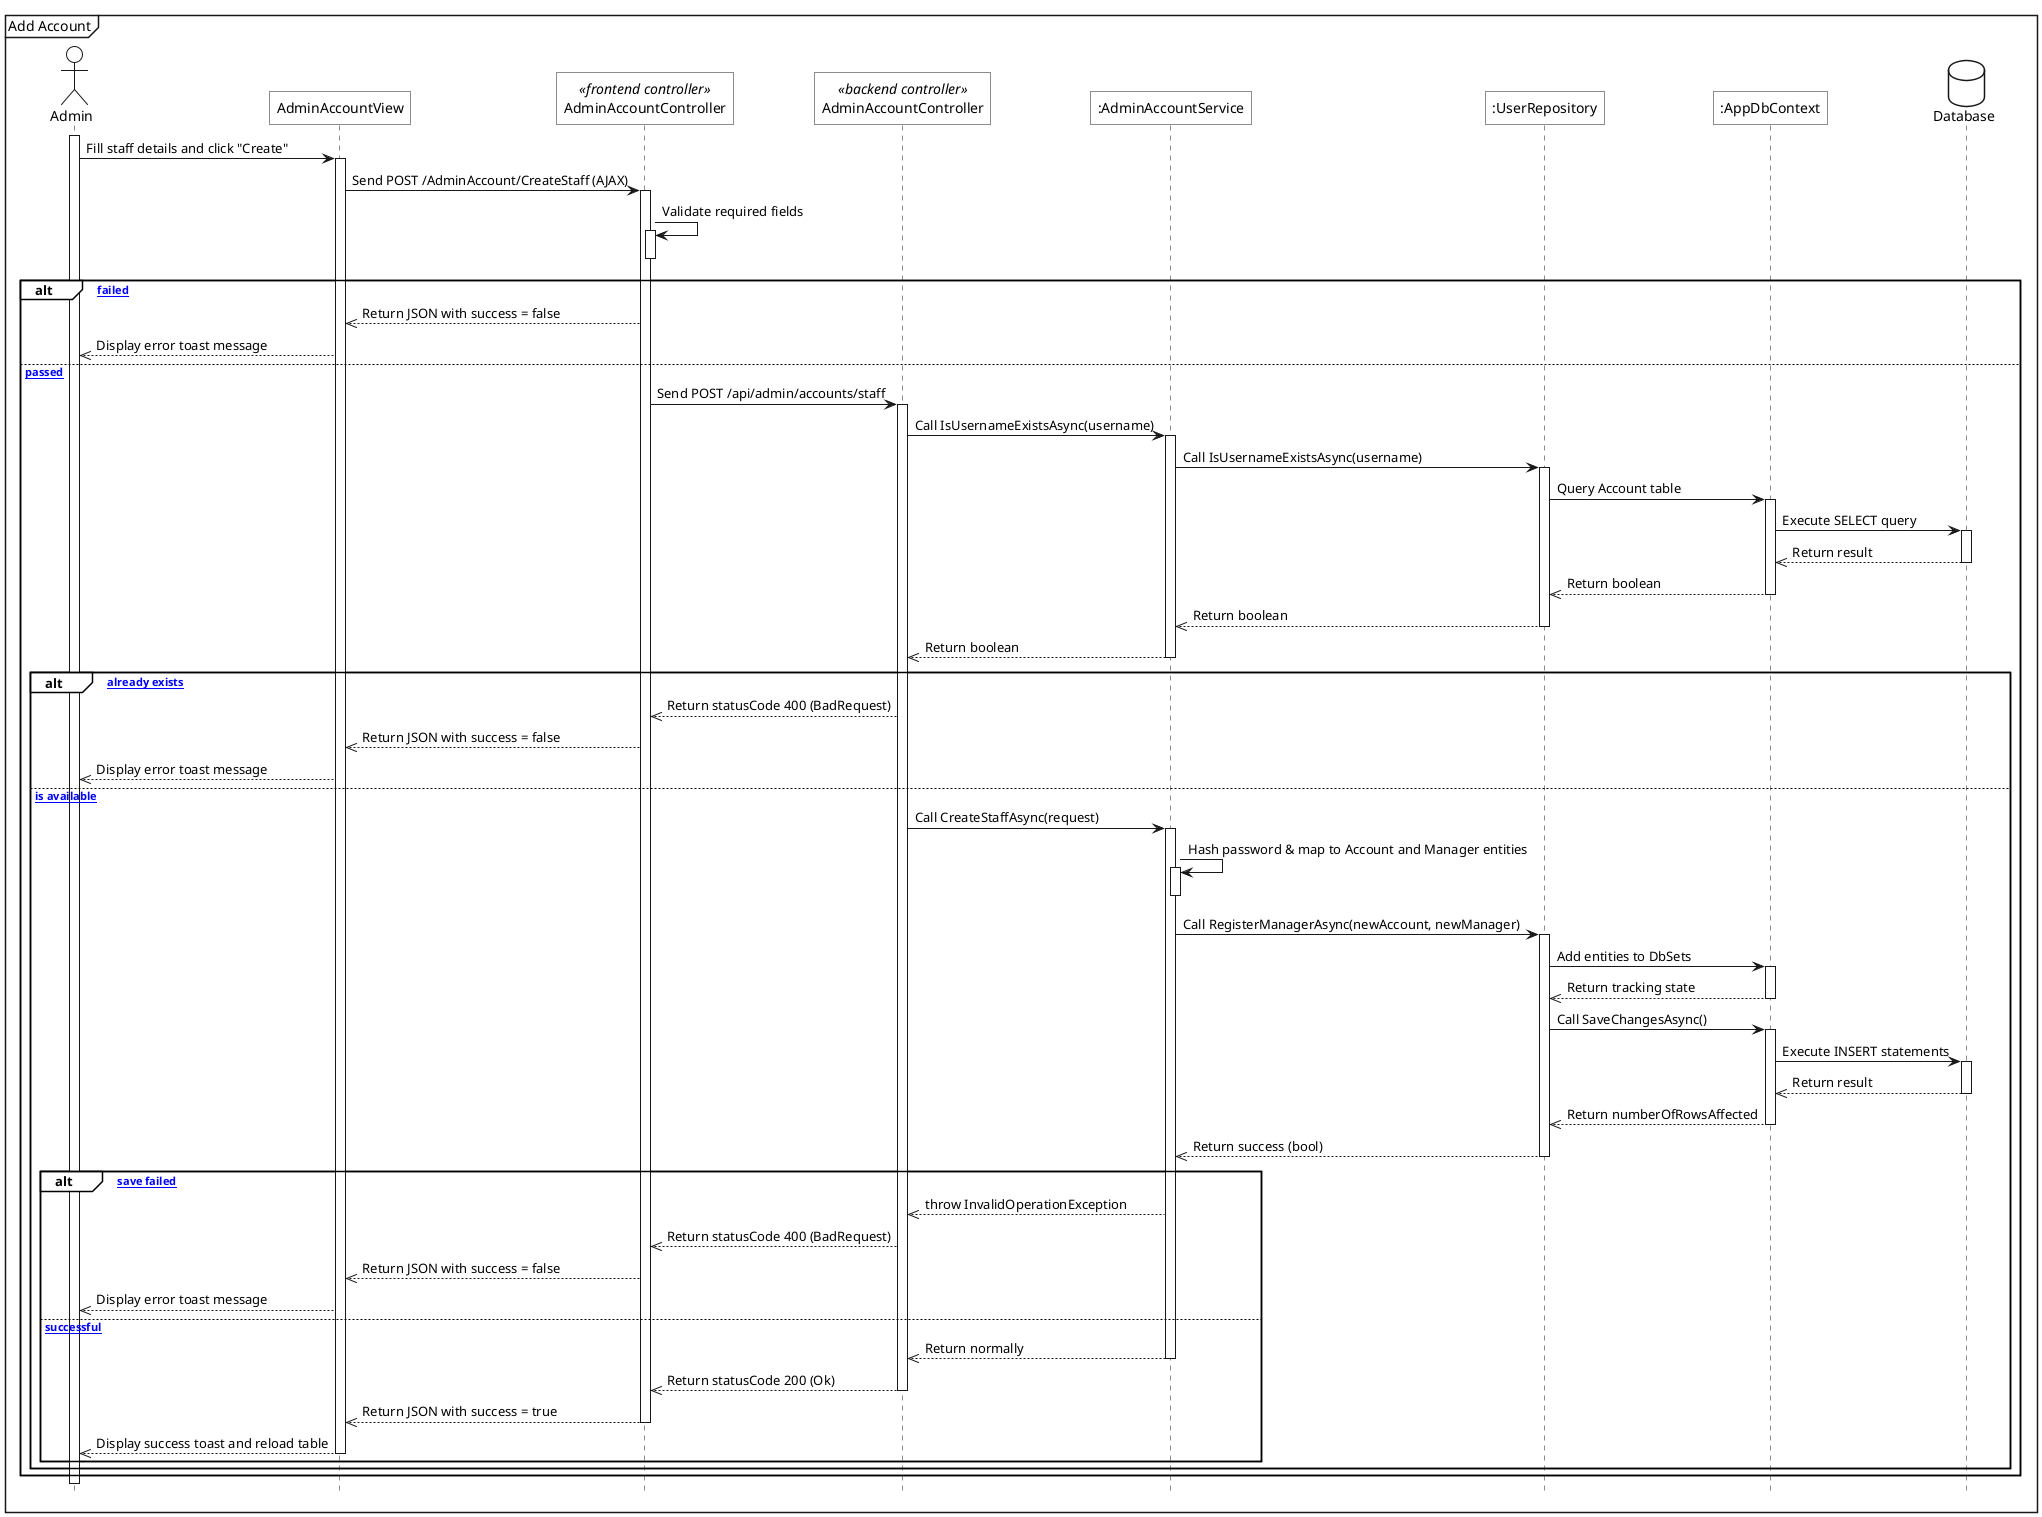
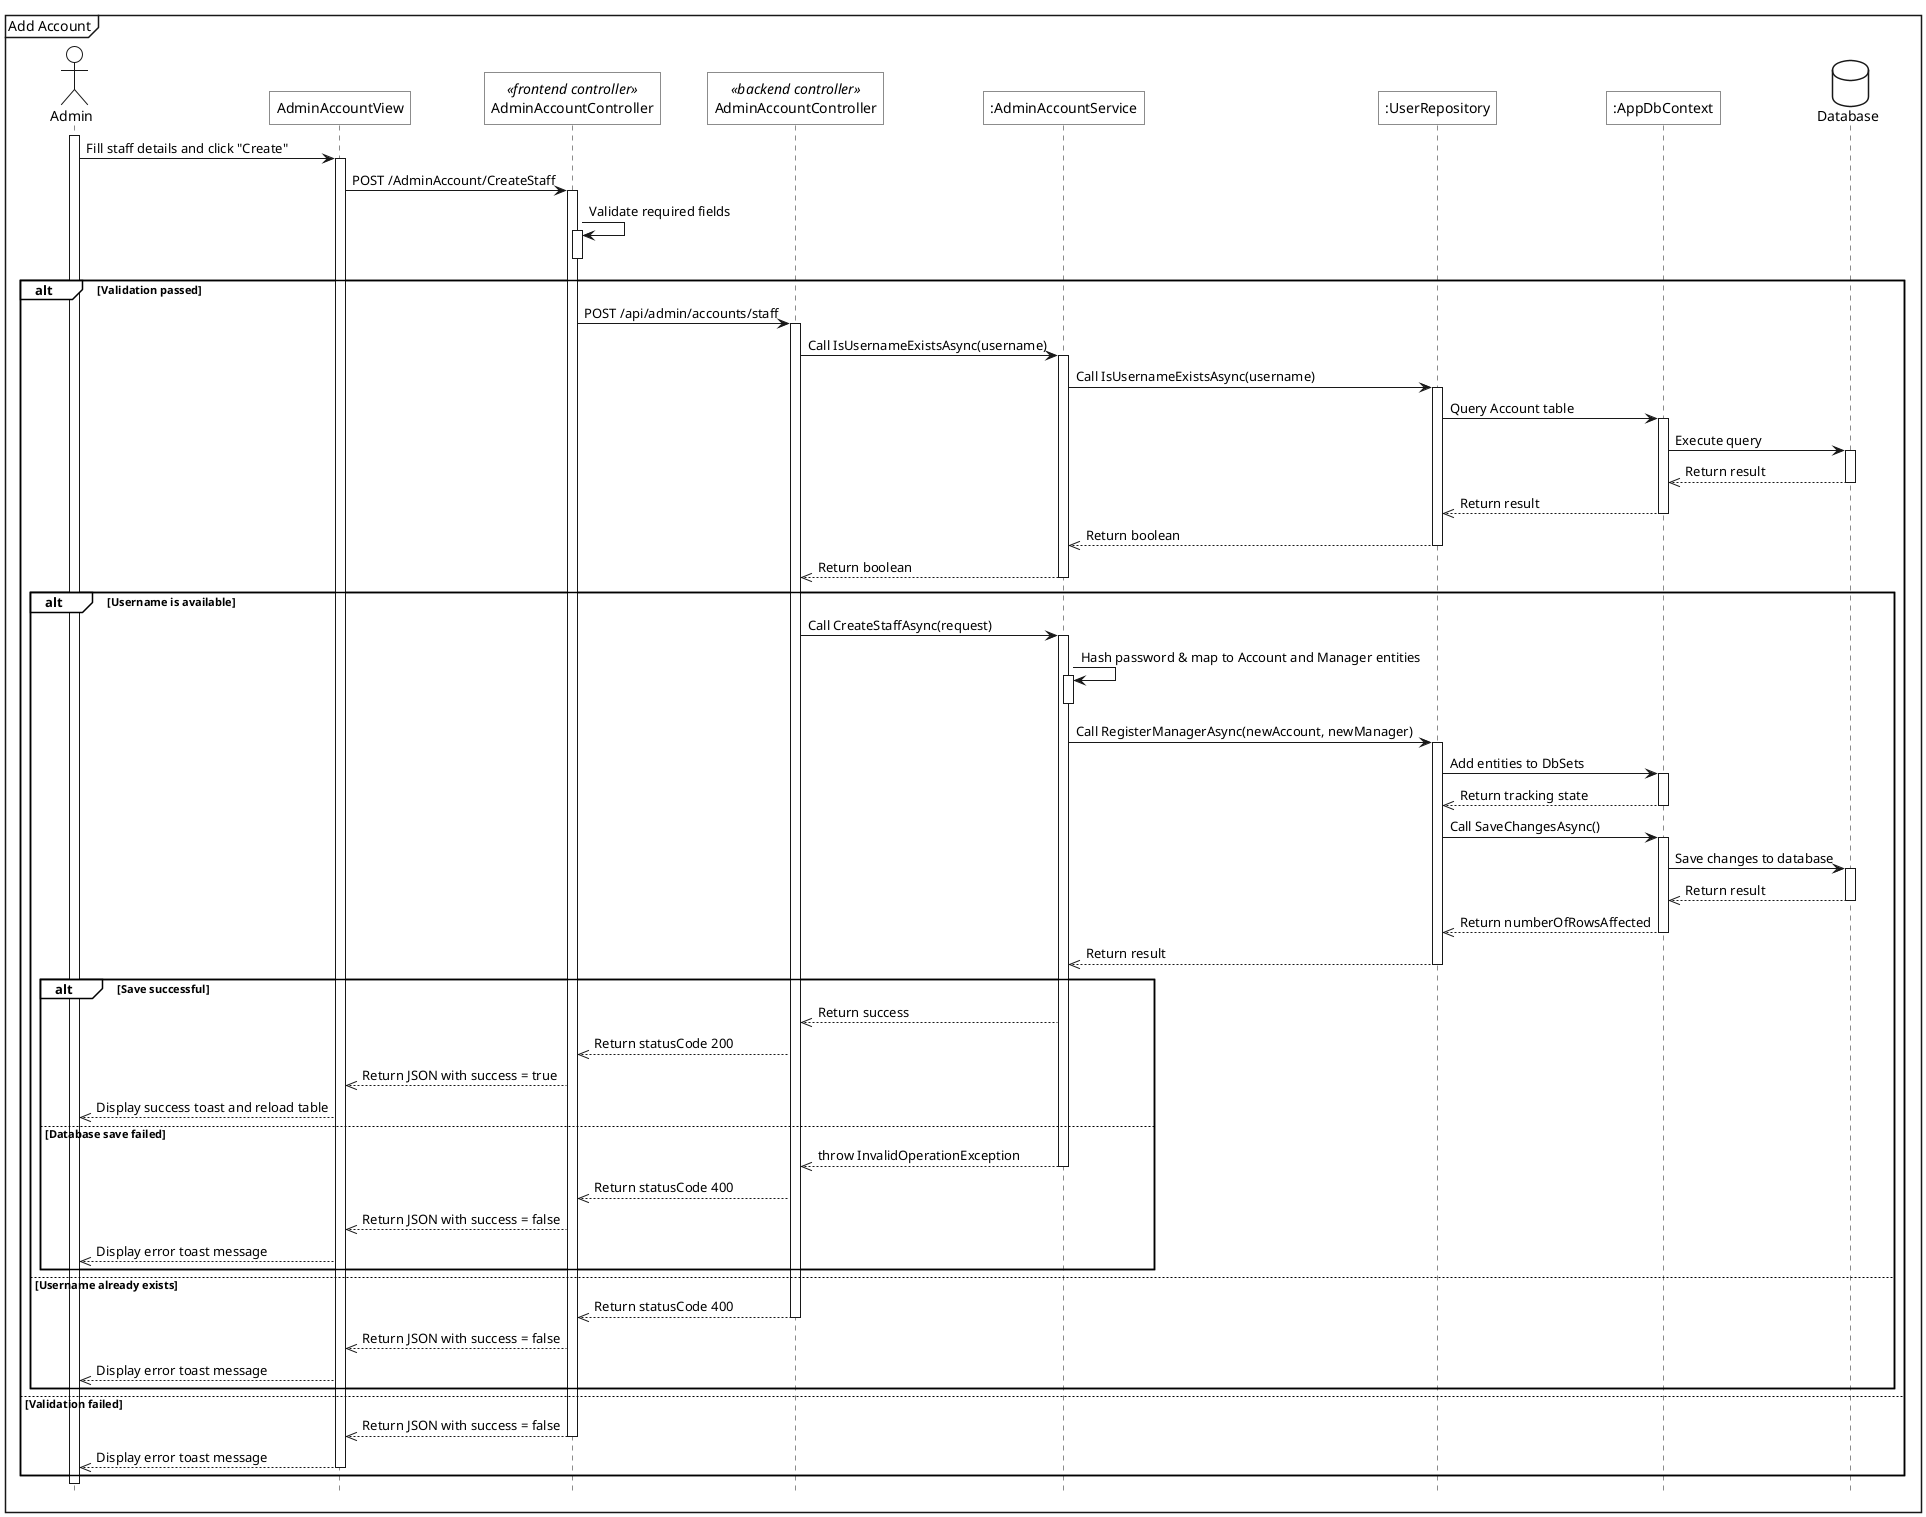
@startuml
<style>
    sequenceDiagram{
        actor{
            BackgroundColor white
            LineThickness 1.0
        }
        participant{
            BackgroundColor white
            RoundCorner 0
        }
        database{
            BackgroundColor white
        }
        groupHeader{
            BackgroundColor white
        }
        referenceHeader{
            BackgroundColor white
        }
        reference{
            BackgroundColor white
        }
    }
</style>

hide footbox

mainframe Add Account
actor Admin as act

participant "AdminAccountView" as view
participant "AdminAccountController" as fe_ctrl <<frontend controller>>
participant "AdminAccountController" as be_ctrl <<backend controller>>
participant ":AdminAccountService" as sv
participant ":UserRepository" as u_repo
participant ":AppDbContext" as ctx
database Database as db

act++
act->view++: Fill staff details and click "Create"
- view->fe_ctrl++: Send POST /AdminAccount/CreateStaff (AJAX)
+ view->fe_ctrl++: POST /AdminAccount/CreateStaff

fe_ctrl->fe_ctrl++: Validate required fields
fe_ctrl--

- alt [Validation failed]
-     fe_ctrl-->>view: Return JSON with success = false
-     view-->>act: Display error toast message
- else [Validation passed]
-     fe_ctrl->be_ctrl++: Send POST /api/admin/accounts/staff
+ alt Validation passed
+     fe_ctrl->be_ctrl++: POST /api/admin/accounts/staff

    be_ctrl->sv++: Call IsUsernameExistsAsync(username)
    sv->u_repo++: Call IsUsernameExistsAsync(username)
    u_repo->ctx++: Query Account table
-     ctx->db++: Execute SELECT query
+     ctx->db++: Execute query
    db-->>ctx--: Return result
-     ctx-->>u_repo--: Return boolean
+     ctx-->>u_repo--: Return result
    u_repo-->>sv--: Return boolean
    sv-->>be_ctrl--: Return boolean

-     alt [Username already exists]
-         be_ctrl-->>fe_ctrl: Return statusCode 400 (BadRequest)
-         fe_ctrl-->>view: Return JSON with success = false
-         view-->>act: Display error toast message
-     else [Username is available]
+     alt Username is available
        be_ctrl->sv++: Call CreateStaffAsync(request)

        sv->sv++: Hash password & map to Account and Manager entities
        sv--

        sv->u_repo++: Call RegisterManagerAsync(newAccount, newManager)
        u_repo->ctx++: Add entities to DbSets
        ctx-->>u_repo--: Return tracking state

        u_repo->ctx++: Call SaveChangesAsync()
-         ctx->db++: Execute INSERT statements
+         ctx->db++: Save changes to database
        db-->>ctx--: Return result
        ctx-->>u_repo--: Return numberOfRowsAffected

-         u_repo-->>sv--: Return success (bool)
+         u_repo-->>sv--: Return result

-         alt [Database save failed]
-             sv-->>be_ctrl: throw InvalidOperationException
-             be_ctrl-->>fe_ctrl: Return statusCode 400 (BadRequest)
+         alt Save successful
+             sv-->>be_ctrl: Return success
+             be_ctrl-->>fe_ctrl: Return statusCode 200
+             fe_ctrl-->>view: Return JSON with success = true
+             view-->>act: Display success toast and reload table
+         else Database save failed
+             sv-->>be_ctrl--: throw InvalidOperationException
+             be_ctrl-->>fe_ctrl: Return statusCode 400
            fe_ctrl-->>view: Return JSON with success = false
            view-->>act: Display error toast message
-         else [Save successful]
-             sv-->>be_ctrl--: Return normally
-             be_ctrl-->>fe_ctrl--: Return statusCode 200 (Ok)
-             fe_ctrl-->>view--: Return JSON with success = true
-             view-->>act--: Display success toast and reload table
        end
+     else Username already exists
+         be_ctrl-->>fe_ctrl--: Return statusCode 400
+         fe_ctrl-->>view: Return JSON with success = false
+         view-->>act: Display error toast message
    end
+ else Validation failed
+     fe_ctrl-->>view--: Return JSON with success = false
+     view-->>act--: Display error toast message
end
@enduml
